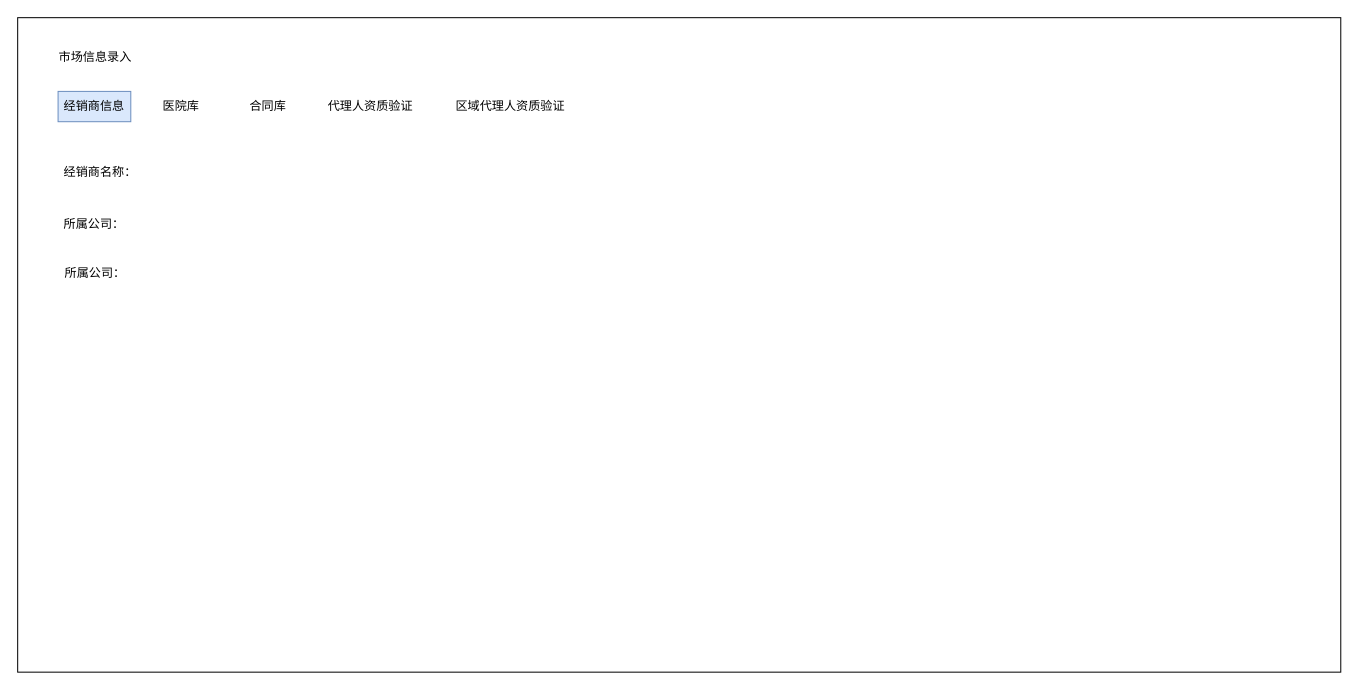
Before: page "经销商信息" (1 of 4) of 泰加市场.drawio in cangwang/news, a draw.io diagram. Source tidied: cells renumbered, new cells numbered last; positions are measured from the earlier drawing's top-left corner, leaving out a move shared by most shapes. Both pictures are drawn from the tidied source at 101%, with x=0, y=0 at pixel (17, 17).
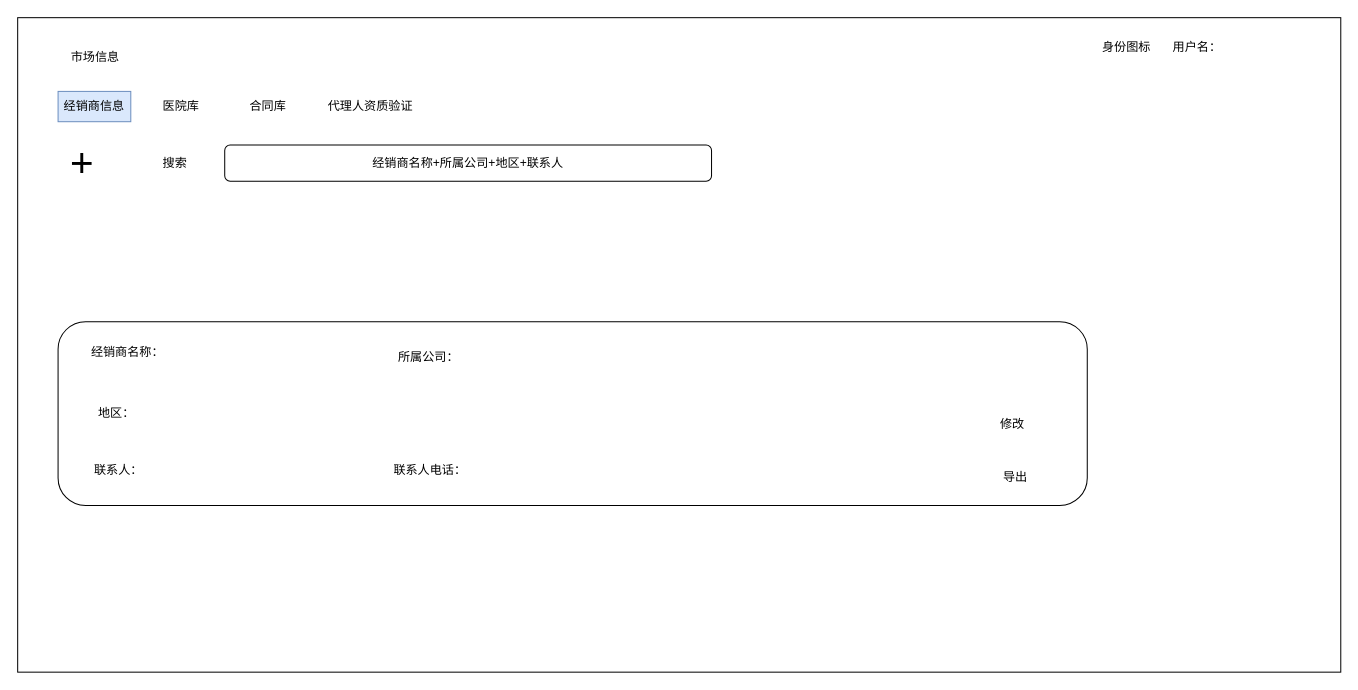
Above is the later version.

Diff of the diagram source:
```diff
@@
-    <mxCell id="3" value="市场信息录入" style="text;html=1;strokeColor=none;fillColor=none;align=center;verticalAlign=middle;whiteSpace=wrap;rounded=0;" parent="1" vertex="1">
+    <mxCell id="3" value="市场信息" style="text;html=1;strokeColor=none;fillColor=none;align=center;verticalAlign=middle;whiteSpace=wrap;rounded=0;" parent="1" vertex="1">
       <mxGeometry x="37" y="24" width="80" height="30" as="geometry" />
     </mxCell>
@@
-    <mxCell id="8" value="区域代理人资质验证" style="text;html=1;strokeColor=none;fillColor=none;align=center;verticalAlign=middle;whiteSpace=wrap;rounded=0;" parent="1" vertex="1">
-      <mxGeometry x="427" y="73" width="122" height="30" as="geometry" />
-    </mxCell>
+    <mxCell id="12" style="rounded=1;whiteSpace=wrap;html=1;fontSize=12;" parent="1" vertex="1">
+      <mxGeometry x="40" y="301" width="1019" height="182" as="geometry" />
+    </mxCell>
     <mxCell id="9" value="经销商名称：" style="text;html=1;strokeColor=none;fillColor=none;align=center;verticalAlign=middle;whiteSpace=wrap;rounded=0;" parent="1" vertex="1">
-      <mxGeometry x="43" y="138" width="78" height="30" as="geometry" />
+      <mxGeometry x="70" y="316" width="78" height="30" as="geometry" />
     </mxCell>
-    <mxCell id="10" value="所属公司：" style="text;html=1;strokeColor=none;fillColor=none;align=center;verticalAlign=middle;whiteSpace=wrap;rounded=0;" parent="1" vertex="1">
-      <mxGeometry x="37" y="190" width="78" height="30" as="geometry" />
-    </mxCell>
-    <mxCell id="11" value="所属公司：" style="text;html=1;strokeColor=none;fillColor=none;align=center;verticalAlign=middle;whiteSpace=wrap;rounded=0;" parent="1" vertex="1">
-      <mxGeometry x="38" y="238" width="78" height="30" as="geometry" />
-    </mxCell>
+    <mxCell id="13" value="所属公司：" style="text;html=1;strokeColor=none;fillColor=none;align=center;verticalAlign=middle;whiteSpace=wrap;rounded=0;" parent="1" vertex="1">
+      <mxGeometry x="368" y="321" width="78" height="30" as="geometry" />
+    </mxCell>
+    <mxCell id="14" value="联系人：" style="text;html=1;strokeColor=none;fillColor=none;align=center;verticalAlign=middle;whiteSpace=wrap;rounded=0;fontSize=12;" parent="1" vertex="1">
+      <mxGeometry x="70" y="433" width="60" height="30" as="geometry" />
+    </mxCell>
+    <mxCell id="15" value="联系人电话：" style="text;html=1;strokeColor=none;fillColor=none;align=center;verticalAlign=middle;whiteSpace=wrap;rounded=0;fontSize=12;" parent="1" vertex="1">
+      <mxGeometry x="361" y="433" width="95" height="30" as="geometry" />
+    </mxCell>
+    <mxCell id="16" value="&lt;font style=&quot;font-size: 40px&quot;&gt;+&lt;/font&gt;" style="text;html=1;strokeColor=none;fillColor=none;align=center;verticalAlign=middle;whiteSpace=wrap;rounded=0;" parent="1" vertex="1">
+      <mxGeometry x="34" y="128" width="60" height="30" as="geometry" />
+    </mxCell>
+    <mxCell id="17" value="搜索" style="text;html=1;strokeColor=none;fillColor=none;align=center;verticalAlign=middle;whiteSpace=wrap;rounded=0;fontSize=12;" parent="1" vertex="1">
+      <mxGeometry x="126" y="129" width="60" height="30" as="geometry" />
+    </mxCell>
+    <mxCell id="18" value="经销商名称+所属公司+地区+联系人" style="rounded=1;whiteSpace=wrap;html=1;fontSize=12;" parent="1" vertex="1">
+      <mxGeometry x="205" y="126" width="482" height="36" as="geometry" />
+    </mxCell>
+    <mxCell id="19" value="地区：" style="text;html=1;strokeColor=none;fillColor=none;align=center;verticalAlign=middle;whiteSpace=wrap;rounded=0;fontSize=12;" parent="1" vertex="1">
+      <mxGeometry x="68" y="377" width="60" height="30" as="geometry" />
+    </mxCell>
+    <mxCell id="20" value="用户名：" style="text;html=1;strokeColor=none;fillColor=none;align=center;verticalAlign=middle;whiteSpace=wrap;rounded=0;fontSize=12;" parent="1" vertex="1">
+      <mxGeometry x="1138" y="14" width="60" height="30" as="geometry" />
+    </mxCell>
+    <mxCell id="21" value="身份图标" style="text;html=1;strokeColor=none;fillColor=none;align=center;verticalAlign=middle;whiteSpace=wrap;rounded=0;fontSize=12;" parent="1" vertex="1">
+      <mxGeometry x="1068" y="14" width="60" height="30" as="geometry" />
+    </mxCell>
+    <mxCell id="22" value="导出" style="text;html=1;strokeColor=none;fillColor=none;align=center;verticalAlign=middle;whiteSpace=wrap;rounded=0;fontSize=12;" parent="1" vertex="1">
+      <mxGeometry x="958" y="440" width="60" height="30" as="geometry" />
+    </mxCell>
+    <mxCell id="23" value="修改" style="text;html=1;strokeColor=none;fillColor=none;align=center;verticalAlign=middle;whiteSpace=wrap;rounded=0;fontSize=12;" parent="1" vertex="1">
+      <mxGeometry x="955" y="388" width="60" height="30" as="geometry" />
+    </mxCell>
```
